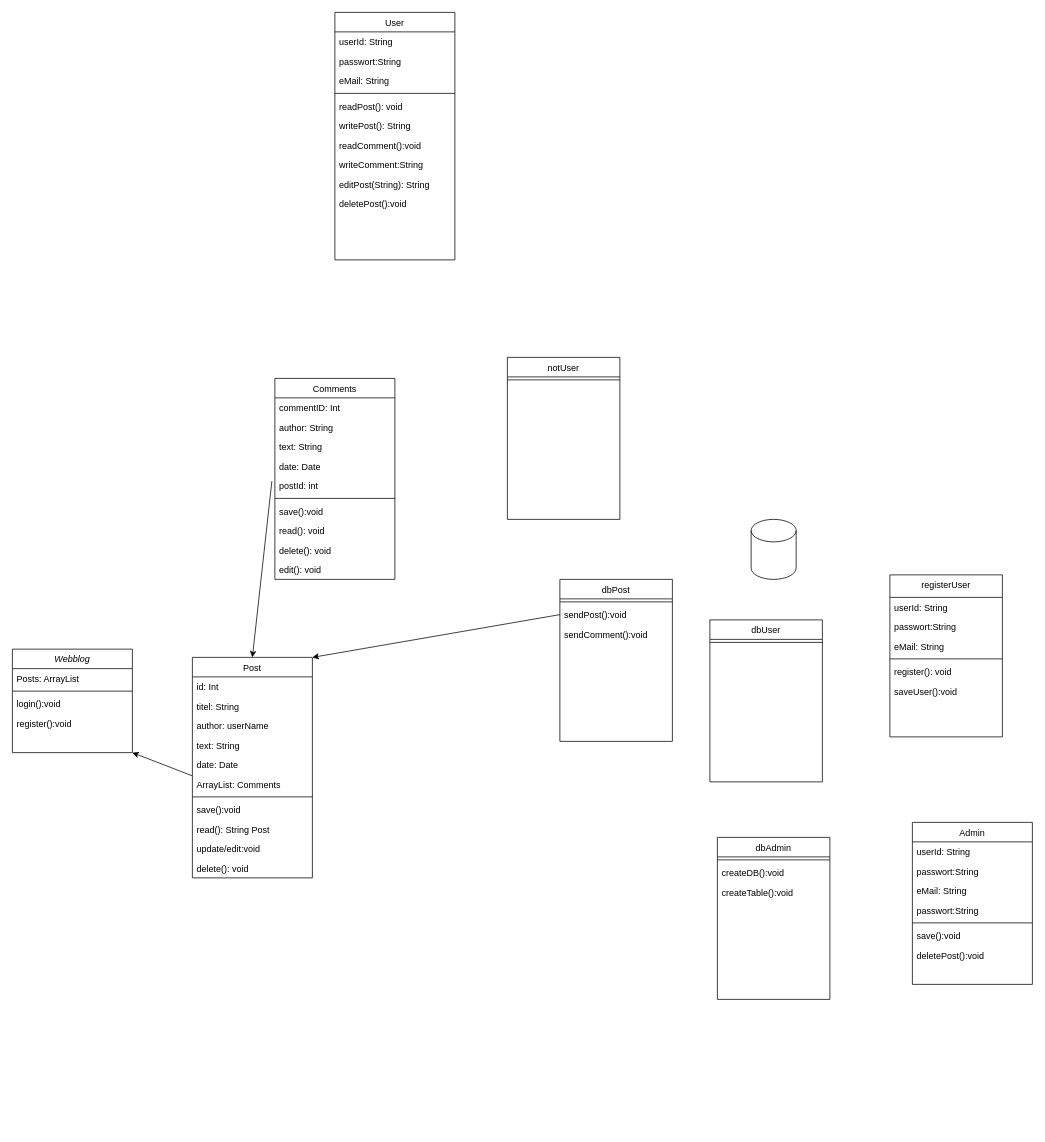
Before: Webblog/TeamUnbesiegbar.drawio in Brights-DevOps-2022-Script/Team-Unbesiegbar, a draw.io diagram. Source tidied: cells renumbered, new cells numbered last; positions are measured from the earlier drawing's top-left corner, leaving out a move shared by most shapes. Both pictures are drawn from the tidied source at 75%, with x=0, y=0 at pixel (12, 12).
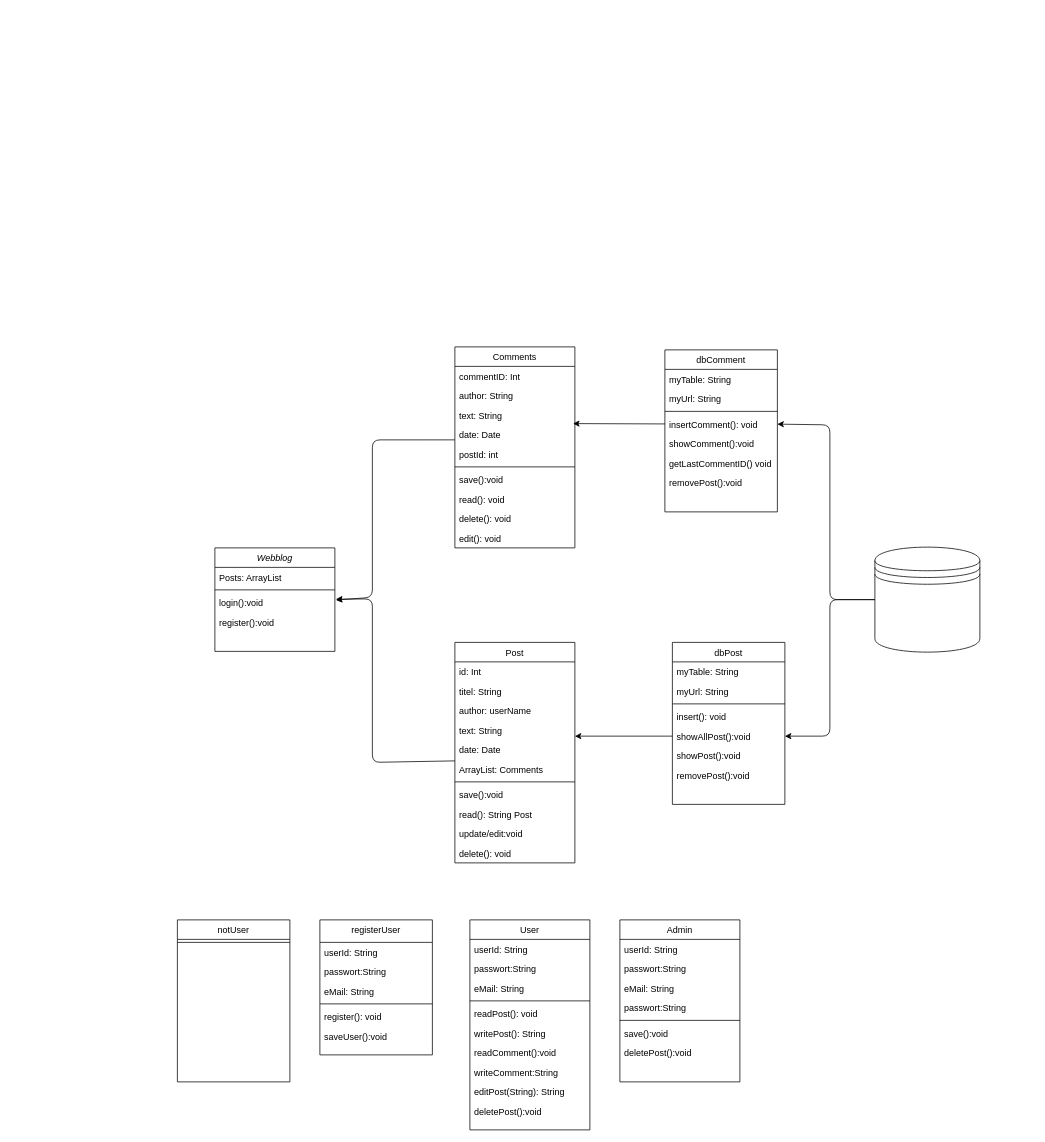
The same page after the edit.

The change refers to these unchanged cells:
```xml
<mxCell id="5" value="login():void" style="text;align=left;verticalAlign=top;spacingLeft=4;spacingRight=4;overflow=hidden;points=[[0,0.5],[1,0.5]];portConstraint=eastwest;" parent="2" vertex="1">
  <mxGeometry y="60" width="160" height="26" as="geometry" />
</mxCell>
<mxCell id="22" value="date: Date" style="text;align=left;verticalAlign=top;spacingLeft=4;spacingRight=4;overflow=hidden;points=[[0,0.5],[1,0.5]];portConstraint=eastwest;" parent="18" vertex="1">
  <mxGeometry y="104" width="160" height="26" as="geometry" />
</mxCell>
<mxCell id="23" value="postId: int" style="text;align=left;verticalAlign=top;spacingLeft=4;spacingRight=4;overflow=hidden;points=[[0,0.5],[1,0.5]];portConstraint=eastwest;" parent="18" vertex="1">
  <mxGeometry y="130" width="160" height="26" as="geometry" />
</mxCell>
<mxCell id="34" value="date: Date" style="text;align=left;verticalAlign=top;spacingLeft=4;spacingRight=4;overflow=hidden;points=[[0,0.5],[1,0.5]];portConstraint=eastwest;rounded=0;shadow=0;html=0;" parent="29" vertex="1">
  <mxGeometry y="130" width="160" height="26" as="geometry" />
</mxCell>
```

What changed in the source:
```diff
@@
     <mxCell id="2" value="Webblog" style="swimlane;fontStyle=2;align=center;verticalAlign=top;horizontal=1;startSize=26;rounded=0;shadow=0;strokeWidth=1;" parent="1" vertex="1">
-      <mxGeometry y="849" width="160" height="138" as="geometry" />
+      <mxGeometry x="270" y="714" width="160" height="138" as="geometry" />
     </mxCell>
@@
     <mxCell id="7" value="User" style="swimlane;fontStyle=0;align=center;verticalAlign=top;horizontal=1;startSize=26;rounded=0;shadow=0;strokeWidth=1;" parent="1" vertex="1">
-      <mxGeometry x="430" width="160" height="330" as="geometry" />
+      <mxGeometry x="610" y="1210" width="160" height="280" as="geometry" />
     </mxCell>
@@
     <mxCell id="18" value="Comments" style="swimlane;fontStyle=0;align=center;verticalAlign=top;horizontal=1;startSize=26;rounded=0;shadow=0;strokeWidth=1;" parent="1" vertex="1">
-      <mxGeometry x="350" y="488" width="160" height="268" as="geometry" />
+      <mxGeometry x="590" y="446" width="160" height="268" as="geometry" />
     </mxCell>
@@
     <mxCell id="29" value="Post" style="swimlane;fontStyle=0;align=center;verticalAlign=top;horizontal=1;startSize=26;rounded=0;shadow=0;strokeWidth=1;" parent="1" vertex="1">
-      <mxGeometry x="240" y="860" width="160" height="294" as="geometry" />
+      <mxGeometry x="590" y="840" width="160" height="294" as="geometry" />
     </mxCell>
@@
     <mxCell id="41" value="Admin" style="swimlane;fontStyle=0;align=center;verticalAlign=top;horizontal=1;startSize=26;rounded=0;shadow=0;strokeWidth=1;" parent="1" vertex="1">
-      <mxGeometry x="1200" y="1080" width="160" height="216" as="geometry" />
+      <mxGeometry x="810" y="1210" width="160" height="216" as="geometry" />
     </mxCell>
@@
     <mxCell id="49" value="notUser" style="swimlane;fontStyle=0;align=center;verticalAlign=top;horizontal=1;startSize=26;rounded=0;shadow=0;strokeWidth=1;" parent="1" vertex="1">
-      <mxGeometry x="660" y="460" width="150" height="216" as="geometry" />
+      <mxGeometry x="220" y="1210" width="150" height="216" as="geometry" />
     </mxCell>
@@
     <mxCell id="51" value="registerUser" style="swimlane;fontStyle=0;align=center;verticalAlign=top;horizontal=1;startSize=30;rounded=0;shadow=0;strokeWidth=1;" parent="1" vertex="1">
-      <mxGeometry x="1170" y="750" width="150" height="216" as="geometry" />
+      <mxGeometry x="410" y="1210" width="150" height="180" as="geometry" />
     </mxCell>
@@
-    <mxCell id="58" style="shape=cylinder3;whiteSpace=wrap;html=1;boundedLbl=1;backgroundOutline=1;size=15;" parent="1" vertex="1">
-      <mxGeometry x="985" y="676" width="60" height="80" as="geometry" />
-    </mxCell>
     <mxCell id="59" value="dbPost" style="swimlane;fontStyle=0;align=center;verticalAlign=top;horizontal=1;startSize=26;rounded=0;shadow=0;strokeWidth=1;" parent="1" vertex="1">
-      <mxGeometry x="730" y="756" width="150" height="216" as="geometry" />
+      <mxGeometry x="880" y="840" width="150" height="216" as="geometry" />
     </mxCell>
+    <mxCell id="62" value="myTable: String" style="text;align=left;verticalAlign=top;spacingLeft=4;spacingRight=4;overflow=hidden;rounded=0;shadow=0;html=0;" parent="59" vertex="1">
+      <mxGeometry y="26" width="150" height="26" as="geometry" />
+    </mxCell>
+    <mxCell id="72" value="myUrl: String" style="text;align=left;verticalAlign=top;spacingLeft=4;spacingRight=4;overflow=hidden;rounded=0;shadow=0;html=0;" parent="59" vertex="1">
+      <mxGeometry y="52" width="150" height="26" as="geometry" />
+    </mxCell>
     <mxCell id="60" style="line;html=1;strokeWidth=1;align=left;verticalAlign=middle;spacingTop=-1;spacingLeft=3;spacingRight=3;labelPosition=right;" parent="59" vertex="1">
-      <mxGeometry y="26" width="150" height="8" as="geometry" />
+      <mxGeometry y="78" width="150" height="8" as="geometry" />
     </mxCell>
-    <mxCell id="61" value="sendPost():void" style="text;align=left;verticalAlign=top;spacingLeft=4;spacingRight=4;overflow=hidden;points=[[0,0.5],[1,0.5]];portConstraint=eastwest;rounded=0;shadow=0;html=0;" parent="59" vertex="1">
-      <mxGeometry y="34" width="150" height="26" as="geometry" />
+    <mxCell id="61" value="insert(): void " style="text;align=left;verticalAlign=top;spacingLeft=4;spacingRight=4;overflow=hidden;points=[[0,0.5],[1,0.5]];portConstraint=eastwest;rounded=0;shadow=0;html=0;" parent="59" vertex="1">
+      <mxGeometry y="86" width="150" height="26" as="geometry" />
     </mxCell>
-    <mxCell id="62" value="sendComment():void" style="text;align=left;verticalAlign=top;spacingLeft=4;spacingRight=4;overflow=hidden;rounded=0;shadow=0;html=0;" parent="59" vertex="1">
-      <mxGeometry y="60" width="150" height="26" as="geometry" />
-    </mxCell>
-    <mxCell id="63" value="dbUser" style="swimlane;fontStyle=0;align=center;verticalAlign=top;horizontal=1;startSize=26;rounded=0;shadow=0;strokeWidth=1;" parent="1" vertex="1">
-      <mxGeometry x="930" y="810" width="150" height="216" as="geometry" />
-    </mxCell>
-    <mxCell id="64" style="line;html=1;strokeWidth=1;align=left;verticalAlign=middle;spacingTop=-1;spacingLeft=3;spacingRight=3;labelPosition=right;" parent="63" vertex="1">
-      <mxGeometry y="26" width="150" height="8" as="geometry" />
-    </mxCell>
-    <mxCell id="65" value="dbAdmin&#10;" style="swimlane;fontStyle=0;align=center;verticalAlign=top;horizontal=1;startSize=26;rounded=0;shadow=0;strokeWidth=1;" parent="1" vertex="1">
-      <mxGeometry x="940" y="1100" width="150" height="216" as="geometry" />
-    </mxCell>
-    <mxCell id="66" style="line;html=1;strokeWidth=1;align=left;verticalAlign=middle;spacingTop=-1;spacingLeft=3;spacingRight=3;labelPosition=right;" parent="65" vertex="1">
-      <mxGeometry y="26" width="150" height="8" as="geometry" />
-    </mxCell>
-    <mxCell id="67" value="createDB():void" style="text;align=left;verticalAlign=top;spacingLeft=4;spacingRight=4;overflow=hidden;rounded=0;shadow=0;html=0;" parent="65" vertex="1">
-      <mxGeometry y="34" width="150" height="26" as="geometry" />
-    </mxCell>
-    <mxCell id="68" value="createTable():void" style="text;align=left;verticalAlign=top;spacingLeft=4;spacingRight=4;overflow=hidden;rounded=0;shadow=0;html=0;" parent="65" vertex="1">
-      <mxGeometry y="60" width="150" height="26" as="geometry" />
-    </mxCell>
+    <mxCell id="73" value="showAllPost():void" style="text;align=left;verticalAlign=top;spacingLeft=4;spacingRight=4;overflow=hidden;points=[[0,0.5],[1,0.5]];portConstraint=eastwest;rounded=0;shadow=0;html=0;" parent="59" vertex="1">
+      <mxGeometry y="112" width="150" height="26" as="geometry" />
+    </mxCell>
+    <mxCell id="74" value="showPost():void" style="text;align=left;verticalAlign=top;spacingLeft=4;spacingRight=4;overflow=hidden;rounded=0;shadow=0;html=0;" parent="59" vertex="1">
+      <mxGeometry y="138" width="150" height="26" as="geometry" />
+    </mxCell>
+    <mxCell id="75" value="removePost():void" style="text;align=left;verticalAlign=top;spacingLeft=4;spacingRight=4;overflow=hidden;rounded=0;shadow=0;html=0;" parent="59" vertex="1">
+      <mxGeometry y="164" width="150" height="26" as="geometry" />
+    </mxCell>
-    <mxCell id="69" style="edgeStyle=none;html=1;entryX=1;entryY=1;entryDx=0;entryDy=0;exitX=0;exitY=1.077;exitDx=0;exitDy=0;exitPerimeter=0;" parent="1" edge="1" source="34" target="2">
-      <mxGeometry relative="1" as="geometry" />
+    <mxCell id="69" style="edgeStyle=none;html=1;entryX=1.009;entryY=0.324;entryDx=0;entryDy=0;exitX=0;exitY=1.077;exitDx=0;exitDy=0;exitPerimeter=0;entryPerimeter=0;" parent="1" edge="1" source="34" target="5">
+      <mxGeometry relative="1" as="geometry">
+        <Array as="points">
+          <mxPoint x="480" y="1000" />
+          <mxPoint x="480" y="782" />
+        </Array>
+      </mxGeometry>
     </mxCell>
-    <mxCell id="70" style="edgeStyle=none;html=1;exitX=0;exitY=0.5;exitDx=0;exitDy=0;entryX=1;entryY=0;entryDx=0;entryDy=0;" parent="1" edge="1" source="61" target="29">
-      <mxGeometry relative="1" as="geometry" />
-    </mxCell>
-    <mxCell id="71" style="edgeStyle=none;html=1;entryX=0.5;entryY=0;entryDx=0;entryDy=0;exitX=-0.025;exitY=0.269;exitDx=0;exitDy=0;exitPerimeter=0;" parent="1" edge="1" source="23" target="29">
-      <mxGeometry relative="1" as="geometry" />
-    </mxCell>
+    <mxCell id="76" style="edgeStyle=none;html=1;entryX=1;entryY=0.5;entryDx=0;entryDy=0;" parent="1" edge="1" source="78" target="83">
+      <mxGeometry relative="1" as="geometry">
+        <Array as="points">
+          <mxPoint x="1090" y="783" />
+          <mxPoint x="1090" y="550" />
+        </Array>
+      </mxGeometry>
+    </mxCell>
+    <mxCell id="77" style="edgeStyle=none;html=1;entryX=1;entryY=0.5;entryDx=0;entryDy=0;" parent="1" edge="1" source="78" target="73">
+      <mxGeometry relative="1" as="geometry">
+        <Array as="points">
+          <mxPoint x="1090" y="783" />
+          <mxPoint x="1090" y="965" />
+        </Array>
+      </mxGeometry>
+    </mxCell>
+    <mxCell id="78" style="shape=datastore;whiteSpace=wrap;html=1;" parent="1" vertex="1">
+      <mxGeometry x="1150" y="713" width="140" height="140" as="geometry" />
+    </mxCell>
+    <mxCell id="79" value="dbComment" style="swimlane;fontStyle=0;align=center;verticalAlign=top;horizontal=1;startSize=26;rounded=0;shadow=0;strokeWidth=1;" parent="1" vertex="1">
+      <mxGeometry x="870" y="450" width="150" height="216" as="geometry" />
+    </mxCell>
+    <mxCell id="80" value="myTable: String" style="text;align=left;verticalAlign=top;spacingLeft=4;spacingRight=4;overflow=hidden;rounded=0;shadow=0;html=0;" parent="79" vertex="1">
+      <mxGeometry y="26" width="150" height="26" as="geometry" />
+    </mxCell>
+    <mxCell id="81" value="myUrl: String" style="text;align=left;verticalAlign=top;spacingLeft=4;spacingRight=4;overflow=hidden;rounded=0;shadow=0;html=0;" parent="79" vertex="1">
+      <mxGeometry y="52" width="150" height="26" as="geometry" />
+    </mxCell>
+    <mxCell id="82" style="line;html=1;strokeWidth=1;align=left;verticalAlign=middle;spacingTop=-1;spacingLeft=3;spacingRight=3;labelPosition=right;" parent="79" vertex="1">
+      <mxGeometry y="78" width="150" height="8" as="geometry" />
+    </mxCell>
+    <mxCell id="83" value="insertComment(): void" style="text;align=left;verticalAlign=top;spacingLeft=4;spacingRight=4;overflow=hidden;points=[[0,0.5],[1,0.5]];portConstraint=eastwest;rounded=0;shadow=0;html=0;" parent="79" vertex="1">
+      <mxGeometry y="86" width="150" height="26" as="geometry" />
+    </mxCell>
+    <mxCell id="84" value="showComment():void" style="text;align=left;verticalAlign=top;spacingLeft=4;spacingRight=4;overflow=hidden;rounded=0;shadow=0;html=0;" parent="79" vertex="1">
+      <mxGeometry y="112" width="150" height="26" as="geometry" />
+    </mxCell>
+    <mxCell id="85" value="getLastCommentID() void" style="text;align=left;verticalAlign=top;spacingLeft=4;spacingRight=4;overflow=hidden;rounded=0;shadow=0;html=0;" parent="79" vertex="1">
+      <mxGeometry y="138" width="150" height="26" as="geometry" />
+    </mxCell>
+    <mxCell id="86" value="removePost():void" style="text;align=left;verticalAlign=top;spacingLeft=4;spacingRight=4;overflow=hidden;rounded=0;shadow=0;html=0;" parent="79" vertex="1">
+      <mxGeometry y="164" width="150" height="26" as="geometry" />
+    </mxCell>
+    <mxCell id="87" style="edgeStyle=none;html=1;entryX=1;entryY=-0.192;entryDx=0;entryDy=0;entryPerimeter=0;" parent="1" edge="1" source="73" target="34">
+      <mxGeometry relative="1" as="geometry" />
+    </mxCell>
+    <mxCell id="88" style="edgeStyle=none;html=1;entryX=0.985;entryY=-0.065;entryDx=0;entryDy=0;entryPerimeter=0;" parent="1" edge="1" source="83" target="22">
+      <mxGeometry relative="1" as="geometry" />
+    </mxCell>
+    <mxCell id="89" style="edgeStyle=none;html=1;entryX=1.009;entryY=0.365;entryDx=0;entryDy=0;entryPerimeter=0;exitX=0;exitY=0.769;exitDx=0;exitDy=0;exitPerimeter=0;" parent="1" edge="1" source="22" target="5">
+      <mxGeometry relative="1" as="geometry">
+        <Array as="points">
+          <mxPoint x="480" y="570" />
+          <mxPoint x="480" y="780" />
+        </Array>
+      </mxGeometry>
+    </mxCell>
```
